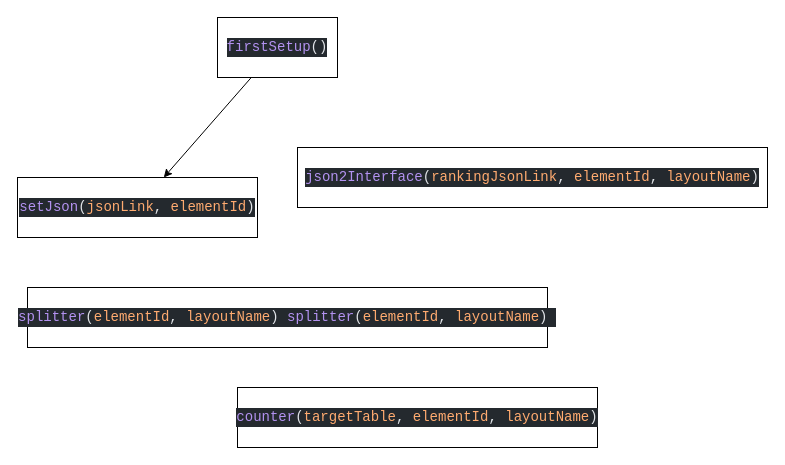
Before: dein.drawio in yuki1111117/dein, a draw.io diagram. Source tidied: cells renumbered, new cells numbered last; positions are measured from the earlier drawing's top-left corner, leaving out a move shared by most shapes. Both pictures are drawn from the tidied source at 100%, with x=0, y=0 at pixel (17, 17).
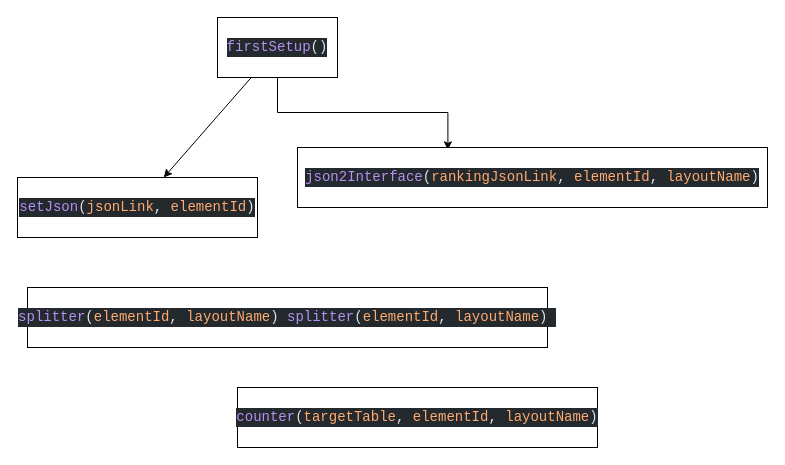
Above is the later version.

Change to the diagram source:
```diff
@@
 <mxGraphModel>
   <root>
     <mxCell id="0" />
     <mxCell id="1" parent="0" />
     <mxCell id="2" style="rounded=0;jettySize=auto;html=1;" parent="1" edge="1" source="3" target="4">
       <mxGeometry relative="1" as="geometry" />
     </mxCell>
+    <mxCell id="8" style="edgeStyle=orthogonalEdgeStyle;rounded=0;jettySize=auto;html=1;entryX=0.32;entryY=0.04;entryDx=0;entryDy=0;entryPerimeter=0;" parent="1" edge="1" source="3" target="7">
+      <mxGeometry relative="1" as="geometry" />
+    </mxCell>
     <mxCell id="3" value="&lt;div style=&quot;color: rgb(225 , 228 , 232) ; background-color: rgb(36 , 41 , 46) ; font-family: &amp;#34;consolas&amp;#34; , &amp;#34;courier new&amp;#34; , monospace ; font-size: 14px ; line-height: 19px&quot;&gt;&lt;span style=&quot;color: rgb(179 , 146 , 240)&quot;&gt;firstSetup&lt;/span&gt;()&lt;/div&gt;" style="rounded=0;whiteSpace=wrap;html=1;" parent="1" vertex="1">
       <mxGeometry x="200" width="120" height="60" as="geometry" />
     </mxCell>
     <mxCell id="4" value="&lt;div style=&quot;color: rgb(225 , 228 , 232) ; background-color: rgb(36 , 41 , 46) ; font-family: &amp;#34;consolas&amp;#34; , &amp;#34;courier new&amp;#34; , monospace ; font-size: 14px ; line-height: 19px&quot;&gt;&lt;span style=&quot;color: #b392f0&quot;&gt;setJson&lt;/span&gt;(&lt;span style=&quot;color: #ffab70&quot;&gt;jsonLink&lt;/span&gt;,&amp;nbsp;&lt;span style=&quot;color: #ffab70&quot;&gt;elementId&lt;/span&gt;)&lt;/div&gt;" style="rounded=0;whiteSpace=wrap;html=1;" parent="1" vertex="1">
       <mxGeometry y="160" width="240" height="60" as="geometry" />
     </mxCell>
     <mxCell id="5" value="&lt;div style=&quot;color: rgb(225 , 228 , 232) ; background-color: rgb(36 , 41 , 46) ; font-family: &amp;#34;consolas&amp;#34; , &amp;#34;courier new&amp;#34; , monospace ; font-size: 14px ; line-height: 19px&quot;&gt;&lt;span style=&quot;color: #b392f0&quot;&gt;counter&lt;/span&gt;(&lt;span style=&quot;color: #ffab70&quot;&gt;targetTable&lt;/span&gt;,&amp;nbsp;&lt;span style=&quot;color: #ffab70&quot;&gt;elementId&lt;/span&gt;,&amp;nbsp;&lt;span style=&quot;color: #ffab70&quot;&gt;layoutName&lt;/span&gt;)&lt;/div&gt;" style="rounded=0;whiteSpace=wrap;html=1;" parent="1" vertex="1">
       <mxGeometry x="220" y="370" width="360" height="60" as="geometry" />
     </mxCell>
     <mxCell id="6" value="&lt;div style=&quot;color: rgb(225 , 228 , 232) ; background-color: rgb(36 , 41 , 46) ; font-family: &amp;#34;consolas&amp;#34; , &amp;#34;courier new&amp;#34; , monospace ; font-size: 14px ; line-height: 19px&quot;&gt;&lt;span style=&quot;color: #b392f0&quot;&gt;splitter&lt;/span&gt;(&lt;span style=&quot;color: #ffab70&quot;&gt;elementId&lt;/span&gt;,&amp;nbsp;&lt;span style=&quot;color: #ffab70&quot;&gt;layoutName&lt;/span&gt;)&amp;nbsp;&lt;span style=&quot;color: rgb(179 , 146 , 240)&quot;&gt;splitter&lt;/span&gt;(&lt;span style=&quot;color: rgb(255 , 171 , 112)&quot;&gt;elementId&lt;/span&gt;,&amp;nbsp;&lt;span style=&quot;color: rgb(255 , 171 , 112)&quot;&gt;layoutName&lt;/span&gt;)&amp;nbsp;&lt;/div&gt;" style="rounded=0;whiteSpace=wrap;html=1;" parent="1" vertex="1">
       <mxGeometry x="10" y="270" width="520" height="60" as="geometry" />
     </mxCell>
     <mxCell id="7" value="&lt;div style=&quot;color: rgb(225 , 228 , 232) ; background-color: rgb(36 , 41 , 46) ; font-family: &amp;#34;consolas&amp;#34; , &amp;#34;courier new&amp;#34; , monospace ; font-size: 14px ; line-height: 19px&quot;&gt;&lt;div style=&quot;font-family: &amp;#34;consolas&amp;#34; , &amp;#34;courier new&amp;#34; , monospace ; line-height: 19px&quot;&gt;&lt;span style=&quot;color: #b392f0&quot;&gt;json2Interface&lt;/span&gt;(&lt;span style=&quot;color: #ffab70&quot;&gt;rankingJsonLink&lt;/span&gt;,&amp;nbsp;&lt;span style=&quot;color: #ffab70&quot;&gt;elementId&lt;/span&gt;,&amp;nbsp;&lt;span style=&quot;color: #ffab70&quot;&gt;layoutName&lt;/span&gt;)&lt;/div&gt;&lt;/div&gt;" style="rounded=0;whiteSpace=wrap;html=1;" parent="1" vertex="1">
       <mxGeometry x="280" y="130" width="470" height="60" as="geometry" />
     </mxCell>
   </root>
 </mxGraphModel>
```
